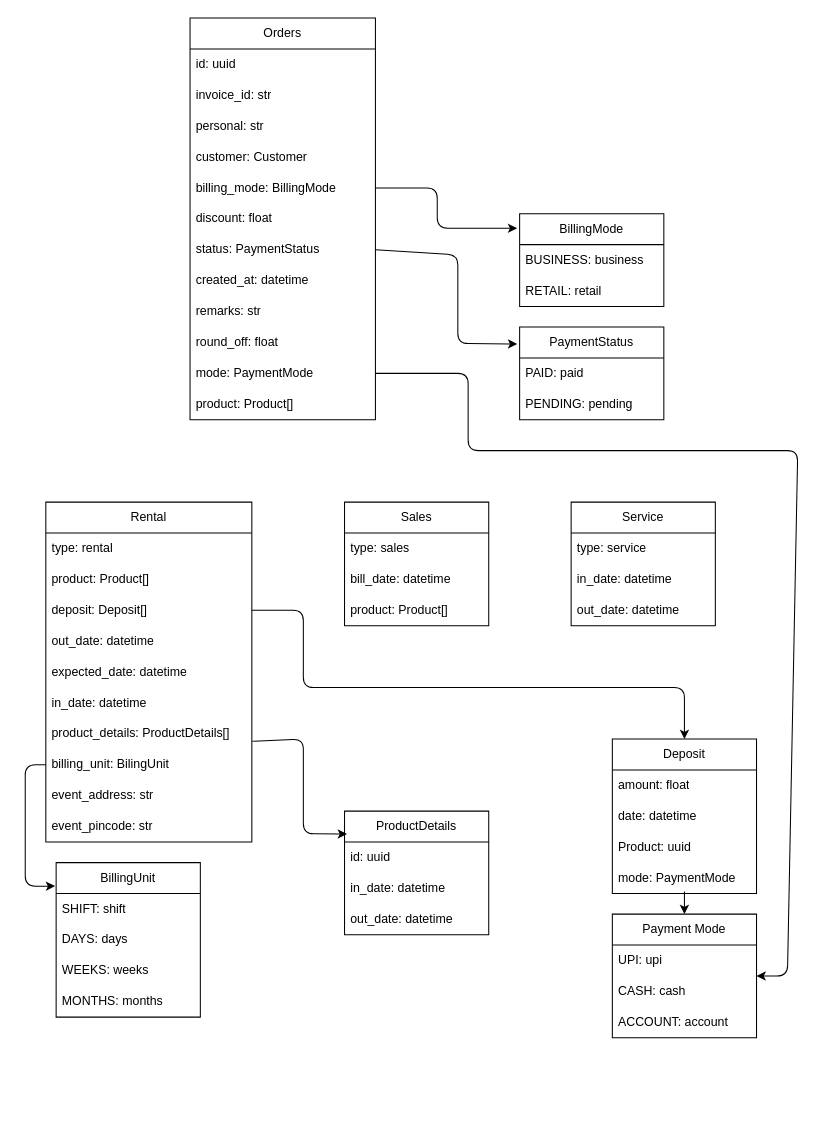
The draw.io diagram page "Orders" (4 of 4) of docs/IMS_MPT.drawio in Cherisher08/IMS_mpt_backend, before the edit. Source tidied: cells renumbered, new cells numbered last; positions are measured from the earlier drawing's top-left corner, leaving out a move shared by most shapes. Both pictures are drawn from the tidied source at 103%, with x=0, y=0 at pixel (25, 18).
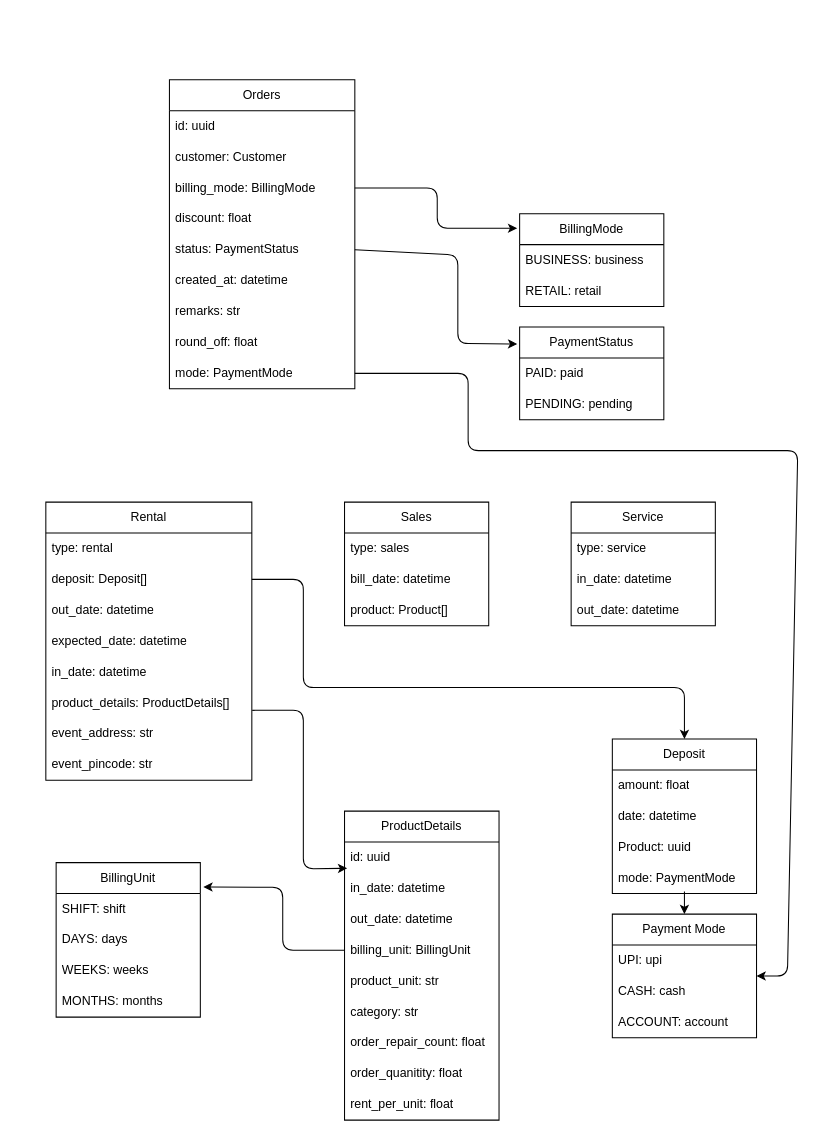
After the change.

Unchanged cells that the change refers to:
```xml
<mxCell id="47" value="BillingUnit" style="swimlane;fontStyle=0;horizontal=1;startSize=30;whiteSpace=wrap;html=1;" parent="1" vertex="1">
  <mxGeometry x="30" y="820" width="140" height="150" as="geometry" />
</mxCell>
<mxCell id="53" value="&lt;span style=&quot;color: rgb(0, 0, 0); text-align: left;&quot;&gt;Deposit&lt;/span&gt;" style="swimlane;fontStyle=0;horizontal=1;startSize=30;whiteSpace=wrap;html=1;" parent="1" vertex="1">
  <mxGeometry x="570" y="700" width="140" height="150" as="geometry" />
</mxCell>
```

Change to the diagram source:
```diff
@@
     <mxCell id="2" value="Orders" style="swimlane;fontStyle=0;horizontal=1;startSize=30;whiteSpace=wrap;html=1;" parent="1" vertex="1">
-      <mxGeometry x="160" width="180" height="390" as="geometry" />
+      <mxGeometry x="140" y="60" width="180" height="300" as="geometry" />
     </mxCell>
@@
-    <mxCell id="4" value="invoice_id: str" style="text;strokeColor=none;fillColor=none;align=left;verticalAlign=middle;spacingLeft=4;spacingRight=4;overflow=hidden;whiteSpace=wrap;html=1;" parent="2" vertex="1">
-      <mxGeometry y="60" width="180" height="30" as="geometry" />
-    </mxCell>
-    <mxCell id="5" value="personal: str" style="text;strokeColor=none;fillColor=none;align=left;verticalAlign=middle;spacingLeft=4;spacingRight=4;overflow=hidden;whiteSpace=wrap;html=1;" parent="2" vertex="1">
-      <mxGeometry y="90" width="180" height="30" as="geometry" />
-    </mxCell>
     <mxCell id="6" value="customer: Customer" style="text;strokeColor=none;fillColor=none;align=left;verticalAlign=middle;spacingLeft=4;spacingRight=4;overflow=hidden;whiteSpace=wrap;html=1;" parent="2" vertex="1">
-      <mxGeometry y="120" width="180" height="30" as="geometry" />
+      <mxGeometry y="60" width="180" height="30" as="geometry" />
     </mxCell>
     <mxCell id="7" value="billing_mode: BillingMode" style="text;strokeColor=none;fillColor=none;align=left;verticalAlign=middle;spacingLeft=4;spacingRight=4;overflow=hidden;points=[[0,0.5],[1,0.5]];portConstraint=eastwest;whiteSpace=wrap;html=1;" parent="2" vertex="1">
-      <mxGeometry y="150" width="180" height="30" as="geometry" />
+      <mxGeometry y="90" width="180" height="30" as="geometry" />
     </mxCell>
     <mxCell id="8" value="discount: float" style="text;strokeColor=none;fillColor=none;align=left;verticalAlign=middle;spacingLeft=4;spacingRight=4;overflow=hidden;whiteSpace=wrap;html=1;" parent="2" vertex="1">
-      <mxGeometry y="180" width="180" height="30" as="geometry" />
+      <mxGeometry y="120" width="180" height="30" as="geometry" />
     </mxCell>
     <mxCell id="9" value="status: PaymentStatus" style="text;strokeColor=none;fillColor=none;align=left;verticalAlign=middle;spacingLeft=4;spacingRight=4;overflow=hidden;points=[[0,0.5],[1,0.5]];portConstraint=eastwest;whiteSpace=wrap;html=1;" parent="2" vertex="1">
-      <mxGeometry y="210" width="180" height="30" as="geometry" />
+      <mxGeometry y="150" width="180" height="30" as="geometry" />
     </mxCell>
     <mxCell id="10" value="created_at: datetime" style="text;strokeColor=none;fillColor=none;align=left;verticalAlign=middle;spacingLeft=4;spacingRight=4;overflow=hidden;whiteSpace=wrap;html=1;" parent="2" vertex="1">
-      <mxGeometry y="240" width="180" height="30" as="geometry" />
+      <mxGeometry y="180" width="180" height="30" as="geometry" />
     </mxCell>
     <mxCell id="11" value="remarks: str" style="text;strokeColor=none;fillColor=none;align=left;verticalAlign=middle;spacingLeft=4;spacingRight=4;overflow=hidden;whiteSpace=wrap;html=1;" parent="2" vertex="1">
-      <mxGeometry y="270" width="180" height="30" as="geometry" />
+      <mxGeometry y="210" width="180" height="30" as="geometry" />
     </mxCell>
     <mxCell id="12" value="round_off: float" style="text;strokeColor=none;fillColor=none;align=left;verticalAlign=middle;spacingLeft=4;spacingRight=4;overflow=hidden;whiteSpace=wrap;html=1;" parent="2" vertex="1">
-      <mxGeometry y="300" width="180" height="30" as="geometry" />
+      <mxGeometry y="240" width="180" height="30" as="geometry" />
     </mxCell>
     <mxCell id="13" value="mode: PaymentMode" style="text;strokeColor=none;fillColor=none;align=left;verticalAlign=middle;spacingLeft=4;spacingRight=4;overflow=hidden;points=[[0,0.5],[1,0.5]];portConstraint=eastwest;whiteSpace=wrap;html=1;" parent="2" vertex="1">
-      <mxGeometry y="330" width="180" height="30" as="geometry" />
+      <mxGeometry y="270" width="180" height="30" as="geometry" />
     </mxCell>
-    <mxCell id="14" value="&lt;span style=&quot;color: rgb(0, 0, 0);&quot;&gt;product: Product[]&lt;/span&gt;" style="text;strokeColor=none;fillColor=none;align=left;verticalAlign=middle;spacingLeft=4;spacingRight=4;overflow=hidden;whiteSpace=wrap;html=1;" parent="2" vertex="1">
-      <mxGeometry y="360" width="180" height="30" as="geometry" />
-    </mxCell>
     <mxCell id="15" value="Rental" style="swimlane;fontStyle=0;horizontal=1;startSize=30;whiteSpace=wrap;html=1;" parent="1" vertex="1">
-      <mxGeometry x="20" y="470" width="200" height="330" as="geometry" />
+      <mxGeometry x="20" y="470" width="200" height="270" as="geometry" />
     </mxCell>
@@
-    <mxCell id="17" value="&lt;span style=&quot;color: rgb(0, 0, 0);&quot;&gt;product: Product[]&lt;/span&gt;" style="text;strokeColor=none;fillColor=none;align=left;verticalAlign=middle;spacingLeft=4;spacingRight=4;overflow=hidden;whiteSpace=wrap;html=1;" parent="15" vertex="1">
-      <mxGeometry y="60" width="200" height="30" as="geometry" />
-    </mxCell>
     <mxCell id="18" value="deposit: Deposit[]" style="text;strokeColor=none;fillColor=none;align=left;verticalAlign=middle;spacingLeft=4;spacingRight=4;overflow=hidden;points=[[0,0.5],[1,0.5]];portConstraint=eastwest;whiteSpace=wrap;html=1;" parent="15" vertex="1">
-      <mxGeometry y="90" width="200" height="30" as="geometry" />
+      <mxGeometry y="60" width="200" height="30" as="geometry" />
     </mxCell>
     <mxCell id="19" value="out_date: datetime" style="text;strokeColor=none;fillColor=none;align=left;verticalAlign=middle;spacingLeft=4;spacingRight=4;overflow=hidden;whiteSpace=wrap;html=1;" parent="15" vertex="1">
-      <mxGeometry y="120" width="200" height="30" as="geometry" />
+      <mxGeometry y="90" width="200" height="30" as="geometry" />
     </mxCell>
     <mxCell id="20" value="expected_date: datetime" style="text;strokeColor=none;fillColor=none;align=left;verticalAlign=middle;spacingLeft=4;spacingRight=4;overflow=hidden;whiteSpace=wrap;html=1;" parent="15" vertex="1">
-      <mxGeometry y="150" width="200" height="30" as="geometry" />
+      <mxGeometry y="120" width="200" height="30" as="geometry" />
     </mxCell>
     <mxCell id="21" value="in_date: datetime" style="text;strokeColor=none;fillColor=none;align=left;verticalAlign=middle;spacingLeft=4;spacingRight=4;overflow=hidden;whiteSpace=wrap;html=1;" parent="15" vertex="1">
-      <mxGeometry y="180" width="200" height="30" as="geometry" />
+      <mxGeometry y="150" width="200" height="30" as="geometry" />
     </mxCell>
     <mxCell id="22" value="product_details: ProductDetails[]" style="text;strokeColor=none;fillColor=none;align=left;verticalAlign=middle;spacingLeft=4;spacingRight=4;overflow=hidden;points=[[0,0.5],[1,0.5]];portConstraint=eastwest;whiteSpace=wrap;html=1;" parent="15" vertex="1">
-      <mxGeometry y="210" width="200" height="30" as="geometry" />
+      <mxGeometry y="180" width="200" height="30" as="geometry" />
     </mxCell>
-    <mxCell id="23" value="billing_unit: BilingUnit" style="text;strokeColor=none;fillColor=none;align=left;verticalAlign=middle;spacingLeft=4;spacingRight=4;overflow=hidden;points=[[0,0.5],[1,0.5]];portConstraint=eastwest;whiteSpace=wrap;html=1;" parent="15" vertex="1">
-      <mxGeometry y="240" width="200" height="30" as="geometry" />
-    </mxCell>
     <mxCell id="24" value="event_address: str" style="text;strokeColor=none;fillColor=none;align=left;verticalAlign=middle;spacingLeft=4;spacingRight=4;overflow=hidden;whiteSpace=wrap;html=1;" parent="15" vertex="1">
-      <mxGeometry y="270" width="200" height="30" as="geometry" />
+      <mxGeometry y="210" width="200" height="30" as="geometry" />
     </mxCell>
     <mxCell id="25" value="event_pincode: str" style="text;strokeColor=none;fillColor=none;align=left;verticalAlign=middle;spacingLeft=4;spacingRight=4;overflow=hidden;whiteSpace=wrap;html=1;" parent="15" vertex="1">
-      <mxGeometry y="300" width="200" height="30" as="geometry" />
+      <mxGeometry y="240" width="200" height="30" as="geometry" />
     </mxCell>
@@
     <mxCell id="42" value="&lt;span style=&quot;color: rgb(0, 0, 0); text-align: left;&quot;&gt;ProductDetails&lt;/span&gt;" style="swimlane;fontStyle=0;horizontal=1;startSize=30;whiteSpace=wrap;html=1;" parent="1" vertex="1">
-      <mxGeometry x="310" y="770" width="140" height="120" as="geometry" />
+      <mxGeometry x="310" y="770" width="150" height="300" as="geometry" />
     </mxCell>
     <mxCell id="43" value="id: uuid" style="text;strokeColor=none;fillColor=none;align=left;verticalAlign=middle;spacingLeft=4;spacingRight=4;overflow=hidden;whiteSpace=wrap;html=1;" parent="42" vertex="1">
-      <mxGeometry y="30" width="140" height="30" as="geometry" />
+      <mxGeometry y="30" width="150" height="30" as="geometry" />
     </mxCell>
     <mxCell id="44" value="in_date: datetime" style="text;strokeColor=none;fillColor=none;align=left;verticalAlign=middle;spacingLeft=4;spacingRight=4;overflow=hidden;whiteSpace=wrap;html=1;" parent="42" vertex="1">
-      <mxGeometry y="60" width="140" height="30" as="geometry" />
+      <mxGeometry y="60" width="150" height="30" as="geometry" />
     </mxCell>
     <mxCell id="45" value="out_date: datetime" style="text;strokeColor=none;fillColor=none;align=left;verticalAlign=middle;spacingLeft=4;spacingRight=4;overflow=hidden;whiteSpace=wrap;html=1;" parent="42" vertex="1">
-      <mxGeometry y="90" width="140" height="30" as="geometry" />
+      <mxGeometry y="90" width="150" height="30" as="geometry" />
     </mxCell>
+    <mxCell id="65" value="billing_unit: BillingUnit" style="text;strokeColor=none;fillColor=none;align=left;verticalAlign=middle;spacingLeft=4;spacingRight=4;overflow=hidden;points=[[0,0.5],[1,0.5]];portConstraint=eastwest;whiteSpace=wrap;html=1;" parent="42" vertex="1">
+      <mxGeometry y="120" width="150" height="30" as="geometry" />
+    </mxCell>
+    <mxCell id="66" value="product_unit: str" style="text;strokeColor=none;fillColor=none;align=left;verticalAlign=middle;spacingLeft=4;spacingRight=4;overflow=hidden;whiteSpace=wrap;html=1;" parent="42" vertex="1">
+      <mxGeometry y="150" width="150" height="30" as="geometry" />
+    </mxCell>
+    <mxCell id="67" value="category: str" style="text;strokeColor=none;fillColor=none;align=left;verticalAlign=middle;spacingLeft=4;spacingRight=4;overflow=hidden;whiteSpace=wrap;html=1;" parent="42" vertex="1">
+      <mxGeometry y="180" width="150" height="30" as="geometry" />
+    </mxCell>
+    <mxCell id="68" value="order_repair_count: float" style="text;strokeColor=none;fillColor=none;align=left;verticalAlign=middle;spacingLeft=4;spacingRight=4;overflow=hidden;whiteSpace=wrap;html=1;" parent="42" vertex="1">
+      <mxGeometry y="210" width="150" height="30" as="geometry" />
+    </mxCell>
+    <mxCell id="69" value="order_quanitity: float" style="text;strokeColor=none;fillColor=none;align=left;verticalAlign=middle;spacingLeft=4;spacingRight=4;overflow=hidden;whiteSpace=wrap;html=1;" parent="42" vertex="1">
+      <mxGeometry y="240" width="150" height="30" as="geometry" />
+    </mxCell>
+    <mxCell id="70" value="rent_per_unit: float" style="text;strokeColor=none;fillColor=none;align=left;verticalAlign=middle;spacingLeft=4;spacingRight=4;overflow=hidden;whiteSpace=wrap;html=1;" parent="42" vertex="1">
+      <mxGeometry y="270" width="150" height="30" as="geometry" />
+    </mxCell>
     <mxCell id="46" style="edgeStyle=none;html=1;entryX=0.017;entryY=0.185;entryDx=0;entryDy=0;exitX=1.002;exitY=0.739;exitDx=0;exitDy=0;exitPerimeter=0;entryPerimeter=0;" parent="1" edge="1" source="22" target="42">
       <mxGeometry relative="1" as="geometry">
         <Array as="points">
-          <mxPoint x="270" y="700" />
-          <mxPoint x="270" y="792" />
+          <mxPoint x="270" y="672" />
+          <mxPoint x="270" y="826" />
         </Array>
       </mxGeometry>
     </mxCell>
@@
-    <mxCell id="52" style="edgeStyle=none;html=1;exitX=0;exitY=0.5;exitDx=0;exitDy=0;entryX=-0.007;entryY=0.152;entryDx=0;entryDy=0;entryPerimeter=0;" parent="1" edge="1" source="23" target="47">
+    <mxCell id="52" style="edgeStyle=none;html=1;exitX=0;exitY=0.5;exitDx=0;exitDy=0;entryX=1.021;entryY=0.157;entryDx=0;entryDy=0;entryPerimeter=0;" parent="1" edge="1" source="65" target="47">
       <mxGeometry relative="1" as="geometry">
         <Array as="points">
-          <mxPoint y="725" />
-          <mxPoint y="843" />
+          <mxPoint x="250" y="905" />
+          <mxPoint x="250" y="844" />
         </Array>
       </mxGeometry>
     </mxCell>
@@
     <mxCell id="58" style="edgeStyle=none;html=1;exitX=1;exitY=0.5;exitDx=0;exitDy=0;entryX=0.5;entryY=0;entryDx=0;entryDy=0;" parent="1" edge="1" source="18" target="53">
       <mxGeometry relative="1" as="geometry">
         <Array as="points">
-          <mxPoint x="270" y="575" />
+          <mxPoint x="270" y="545" />
           <mxPoint x="270" y="650" />
           <mxPoint x="640" y="650" />
         </Array>
       </mxGeometry>
     </mxCell>
```
